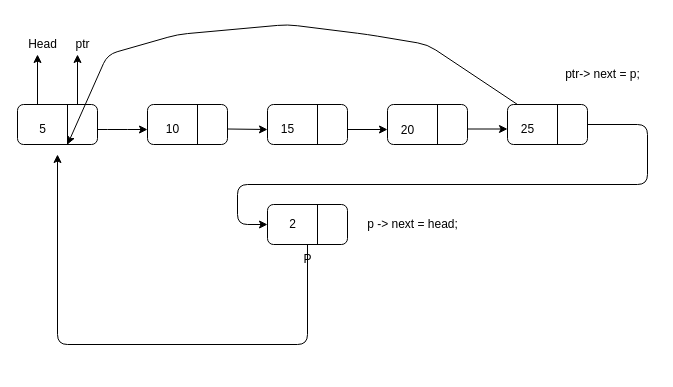
Above: 07. Linked_List/Circular_Linked_List/Insertion/InsertionAtStart/dia.drawio in Abdullah-Niaz/Data-Structure-Algorithm (draw.io), before the change. Source tidied: cells renumbered, new cells numbered last; positions are measured from the earlier drawing's top-left corner, leaving out a move shared by most shapes. Both pictures are drawn from the tidied source at 100%, with x=0, y=0 at pixel (17, 24).
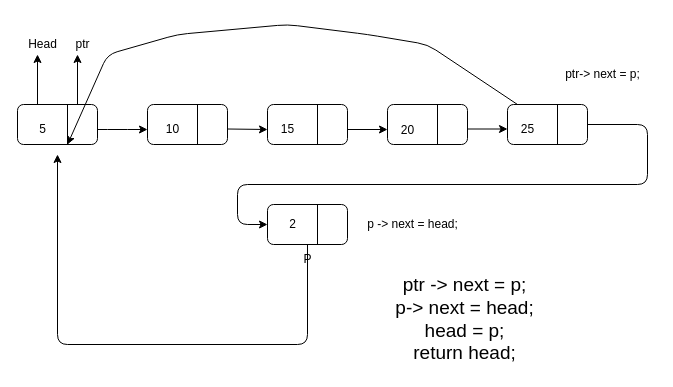
Above is the later version.

Commit message:
insertinon at start

The edit, as a diff of the source:
```diff
@@
+    <mxCell id="34" value="ptr -&amp;gt; next = p;&lt;br style=&quot;font-size: 19px;&quot;&gt;p-&amp;gt; next = head;&lt;br style=&quot;font-size: 19px;&quot;&gt;head = p;&lt;br style=&quot;font-size: 19px;&quot;&gt;return head;" style="text;html=1;align=center;verticalAlign=middle;strokeColor=none;fillColor=none;fontSize=19;" parent="1" vertex="1">
+      <mxGeometry x="367" y="245" width="160" height="100" as="geometry" />
+    </mxCell>
```
